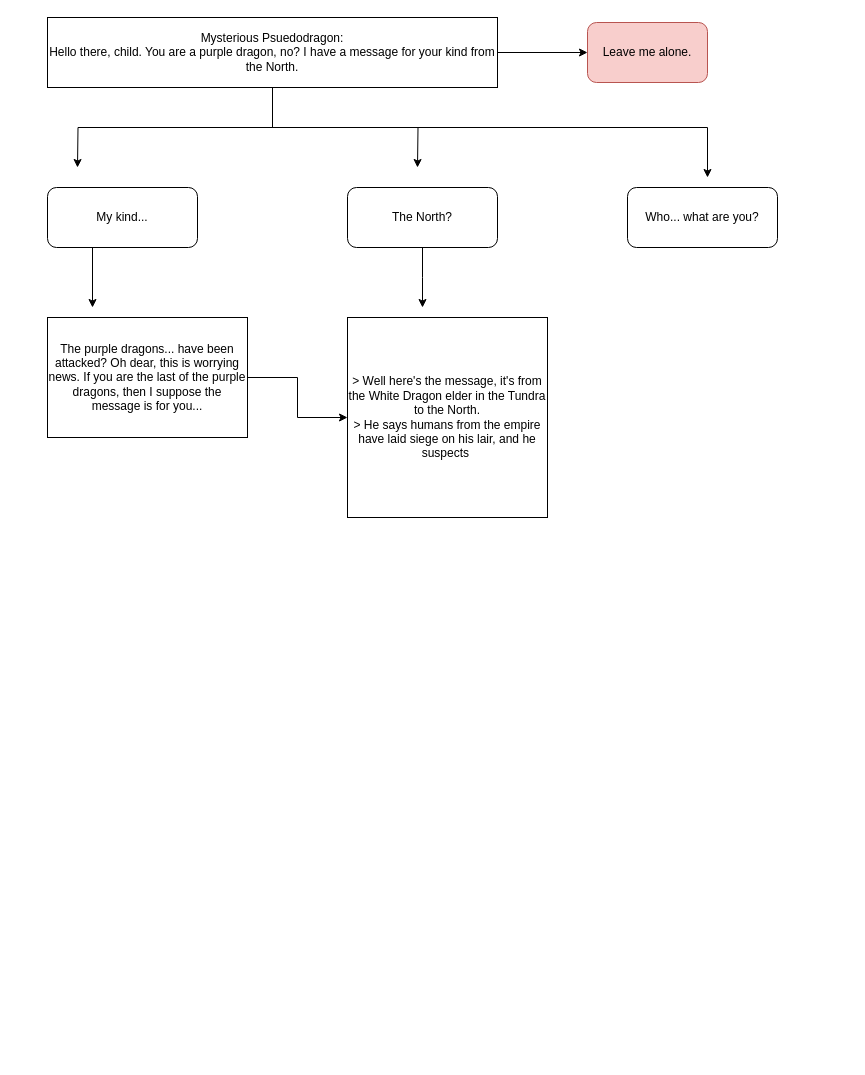
Before: story/dialog_trees/xandrelix0.drawio in Luca-Skyline/fantasy-game-2024, a draw.io diagram. Source tidied: cells renumbered, new cells numbered last; positions are measured from the earlier drawing's top-left corner, leaving out a move shared by most shapes. Both pictures are drawn from the tidied source at 100%, with x=0, y=0 at pixel (47, 17).
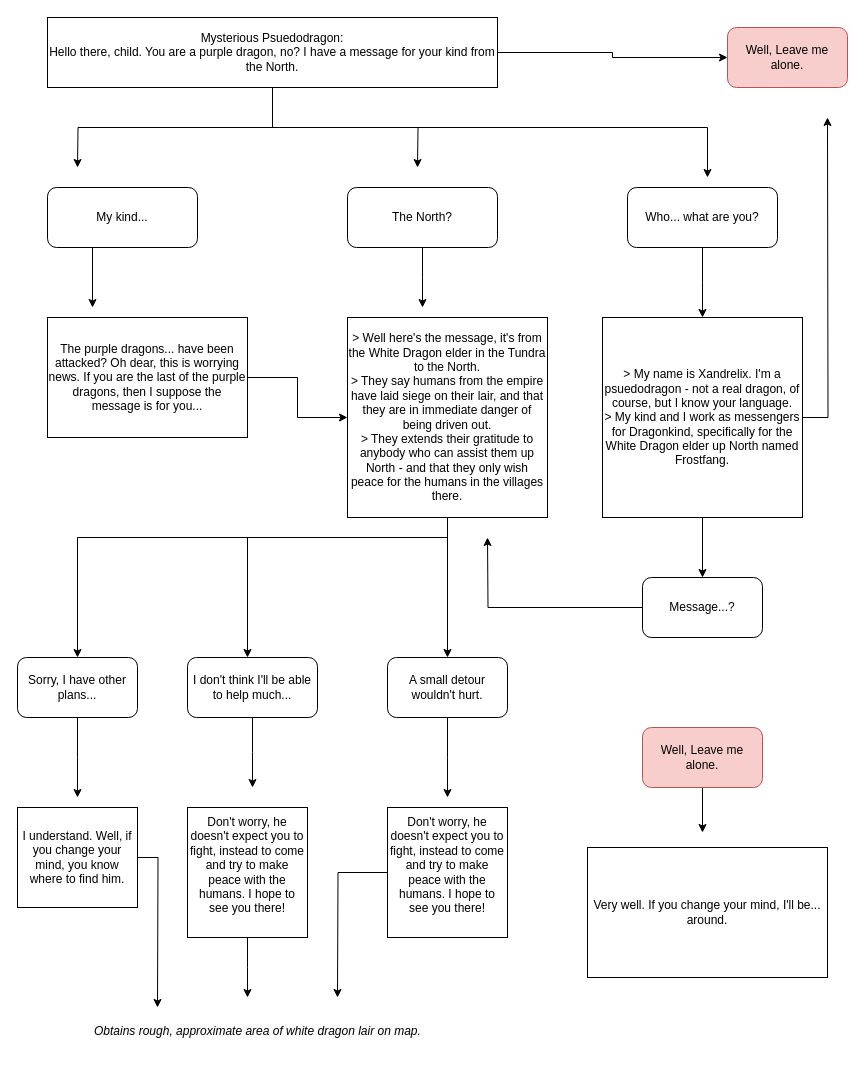
After the change.

The change refers to these unchanged cells:
```xml
<mxCell id="11" value="Who... what are you?" style="rounded=1;whiteSpace=wrap;html=1;" parent="1" vertex="1">
  <mxGeometry x="580" y="170" width="150" height="60" as="geometry" />
</mxCell>
```

The edit, as a diff of the source:
```diff
@@
+    <mxCell id="16" style="edgeStyle=orthogonalEdgeStyle;rounded=0;jettySize=auto;html=1;" parent="1" edge="1" source="11">
+      <mxGeometry relative="1" as="geometry">
+        <mxPoint x="655" y="300" as="targetPoint" />
+      </mxGeometry>
+    </mxCell>
@@
-    <mxCell id="12" value="Leave me alone." style="rounded=1;whiteSpace=wrap;html=1;fillColor=#f8cecc;strokeColor=#b85450;" parent="1" vertex="1">
-      <mxGeometry x="540" y="5" width="120" height="60" as="geometry" />
+    <mxCell id="12" value="Well, Leave me alone." style="rounded=1;whiteSpace=wrap;html=1;fillColor=#f8cecc;strokeColor=#b85450;" parent="1" vertex="1">
+      <mxGeometry x="680" y="10" width="120" height="60" as="geometry" />
     </mxCell>
@@
+    <mxCell id="17" style="edgeStyle=orthogonalEdgeStyle;rounded=0;jettySize=auto;html=1;" parent="1" edge="1" source="15" target="24">
+      <mxGeometry relative="1" as="geometry">
+        <Array as="points">
+          <mxPoint x="400" y="520" />
+          <mxPoint x="30" y="520" />
+        </Array>
+      </mxGeometry>
+    </mxCell>
+    <mxCell id="18" style="edgeStyle=orthogonalEdgeStyle;rounded=0;jettySize=auto;html=1;" parent="1" edge="1" source="15" target="28">
+      <mxGeometry relative="1" as="geometry">
+        <Array as="points">
+          <mxPoint x="400" y="520" />
+          <mxPoint x="200" y="520" />
+        </Array>
+      </mxGeometry>
+    </mxCell>
+    <mxCell id="19" style="edgeStyle=orthogonalEdgeStyle;rounded=0;jettySize=auto;html=1;" parent="1" edge="1" source="15" target="30">
+      <mxGeometry relative="1" as="geometry" />
+    </mxCell>
-    <mxCell id="15" value="&amp;gt; Well here's the message, it's from the White Dragon elder in the Tundra to the North. &lt;br&gt;&amp;gt; He says humans from the empire have laid siege on his lair, and he suspects&amp;nbsp;" style="whiteSpace=wrap;html=1;" parent="1" vertex="1">
+    <mxCell id="15" value="&amp;gt; Well here's the message, it's from the White Dragon elder in the Tundra to the North. &lt;br&gt;&amp;gt; They say humans from the empire have laid siege on their lair, and that they are in immediate danger of being driven out. &lt;br&gt;&amp;gt; They extends their gratitude to anybody who can assist them up North - and that they only wish peace for the humans in the villages there." style="whiteSpace=wrap;html=1;" parent="1" vertex="1">
       <mxGeometry x="300" y="300" width="200" height="200" as="geometry" />
     </mxCell>
+    <mxCell id="20" style="edgeStyle=orthogonalEdgeStyle;rounded=0;jettySize=auto;html=1;" parent="1" edge="1" source="22">
+      <mxGeometry relative="1" as="geometry">
+        <mxPoint x="780" y="100" as="targetPoint" />
+      </mxGeometry>
+    </mxCell>
+    <mxCell id="21" style="edgeStyle=orthogonalEdgeStyle;rounded=0;jettySize=auto;html=1;" parent="1" edge="1" source="22" target="26">
+      <mxGeometry relative="1" as="geometry" />
+    </mxCell>
+    <mxCell id="22" value="&amp;gt; My name is Xandrelix. I'm a psuedodragon - not a real dragon, of course, but I know your language.&lt;br&gt;&amp;gt; My kind and I work as messengers for Dragonkind, specifically for the White Dragon elder up North named Frostfang." style="whiteSpace=wrap;html=1;" parent="1" vertex="1">
+      <mxGeometry x="555" y="300" width="200" height="200" as="geometry" />
+    </mxCell>
+    <mxCell id="23" style="edgeStyle=orthogonalEdgeStyle;rounded=0;jettySize=auto;html=1;" parent="1" edge="1" source="24">
+      <mxGeometry relative="1" as="geometry">
+        <mxPoint x="30" y="780" as="targetPoint" />
+      </mxGeometry>
+    </mxCell>
+    <mxCell id="24" value="Sorry, I have other plans..." style="rounded=1;whiteSpace=wrap;html=1;" parent="1" vertex="1">
+      <mxGeometry x="-30" y="640" width="120" height="60" as="geometry" />
+    </mxCell>
+    <mxCell id="25" style="edgeStyle=orthogonalEdgeStyle;rounded=0;jettySize=auto;html=1;" parent="1" edge="1" source="26">
+      <mxGeometry relative="1" as="geometry">
+        <mxPoint x="440" y="520" as="targetPoint" />
+      </mxGeometry>
+    </mxCell>
+    <mxCell id="26" value="Message...?" style="rounded=1;whiteSpace=wrap;html=1;" parent="1" vertex="1">
+      <mxGeometry x="595" y="560" width="120" height="60" as="geometry" />
+    </mxCell>
+    <mxCell id="27" style="edgeStyle=orthogonalEdgeStyle;rounded=0;jettySize=auto;html=1;" parent="1" edge="1" source="28">
+      <mxGeometry relative="1" as="geometry">
+        <mxPoint x="205" y="770" as="targetPoint" />
+      </mxGeometry>
+    </mxCell>
+    <mxCell id="28" value="I don't think I'll be able to help much..." style="rounded=1;whiteSpace=wrap;html=1;" parent="1" vertex="1">
+      <mxGeometry x="140" y="640" width="130" height="60" as="geometry" />
+    </mxCell>
+    <mxCell id="29" style="edgeStyle=orthogonalEdgeStyle;rounded=0;jettySize=auto;html=1;" parent="1" edge="1" source="30">
+      <mxGeometry relative="1" as="geometry">
+        <mxPoint x="400" y="780" as="targetPoint" />
+      </mxGeometry>
+    </mxCell>
+    <mxCell id="30" value="A small detour wouldn't hurt." style="rounded=1;whiteSpace=wrap;html=1;" parent="1" vertex="1">
+      <mxGeometry x="340" y="640" width="120" height="60" as="geometry" />
+    </mxCell>
+    <mxCell id="31" style="edgeStyle=orthogonalEdgeStyle;rounded=0;jettySize=auto;html=1;" parent="1" edge="1" source="32">
+      <mxGeometry relative="1" as="geometry">
+        <mxPoint x="110" y="990" as="targetPoint" />
+      </mxGeometry>
+    </mxCell>
+    <mxCell id="32" value="I understand. Well, if you change your mind, you know where to find him.&lt;i&gt;&lt;br&gt;&lt;/i&gt;" style="rounded=0;whiteSpace=wrap;html=1;" parent="1" vertex="1">
+      <mxGeometry x="-30" y="790" width="120" height="100" as="geometry" />
+    </mxCell>
+    <mxCell id="33" style="edgeStyle=orthogonalEdgeStyle;rounded=0;jettySize=auto;html=1;" parent="1" edge="1" source="34">
+      <mxGeometry relative="1" as="geometry">
+        <mxPoint x="200" y="980" as="targetPoint" />
+      </mxGeometry>
+    </mxCell>
+    <mxCell id="34" value="Don't worry, he doesn't expect you to fight, instead to come and try to make peace with the humans. I hope to see you there!&lt;br&gt;&lt;br&gt;" style="rounded=0;whiteSpace=wrap;html=1;" parent="1" vertex="1">
+      <mxGeometry x="140" y="790" width="120" height="130" as="geometry" />
+    </mxCell>
+    <mxCell id="35" value="&lt;i style=&quot;--tw-translate-x: 0; --tw-translate-y: 0; --tw-rotate: 0; --tw-skew-x: 0; --tw-skew-y: 0; --tw-scale-x: 1; --tw-scale-y: 1; --tw-pan-x: ; --tw-pan-y: ; --tw-pinch-zoom: ; --tw-scroll-snap-strictness: proximity; --tw-ordinal: ; --tw-slashed-zero: ; --tw-numeric-figure: ; --tw-numeric-spacing: ; --tw-numeric-fraction: ; --tw-ring-inset: ; --tw-ring-offset-width: 0px; --tw-ring-offset-color: #fff; --tw-ring-color: rgb(59 130 246 / .5); --tw-ring-offset-shadow: 0 0 #0000; --tw-ring-shadow: 0 0 #0000; --tw-shadow: 0 0 #0000; --tw-shadow-colored: 0 0 #0000; --tw-blur: ; --tw-brightness: ; --tw-contrast: ; --tw-grayscale: ; --tw-hue-rotate: ; --tw-invert: ; --tw-saturate: ; --tw-sepia: ; --tw-drop-shadow: ; --tw-backdrop-blur: ; --tw-backdrop-brightness: ; --tw-backdrop-contrast: ; --tw-backdrop-grayscale: ; --tw-backdrop-hue-rotate: ; --tw-backdrop-invert: ; --tw-backdrop-opacity: ; --tw-backdrop-saturate: ; --tw-backdrop-sepia: ; border-color: var(--border-color); color: rgb(0, 0, 0); font-family: Helvetica; font-size: 12px; font-variant-ligatures: normal; font-variant-caps: normal; font-weight: 400; letter-spacing: normal; orphans: 2; text-align: center; text-indent: 0px; text-transform: none; widows: 2; word-spacing: 0px; -webkit-text-stroke-width: 0px; background-color: rgb(251, 251, 251); text-decoration-thickness: initial; text-decoration-style: initial; text-decoration-color: initial;&quot;&gt;Obtains rough, approximate area of white dragon lair on map.&lt;/i&gt;" style="text;whiteSpace=wrap;html=1;" parent="1" vertex="1">
+      <mxGeometry x="45" y="1000" width="360" height="40" as="geometry" />
+    </mxCell>
+    <mxCell id="36" style="edgeStyle=orthogonalEdgeStyle;rounded=0;jettySize=auto;html=1;" parent="1" edge="1" source="37">
+      <mxGeometry relative="1" as="geometry">
+        <mxPoint x="290" y="980" as="targetPoint" />
+      </mxGeometry>
+    </mxCell>
+    <mxCell id="37" value="Don't worry, he doesn't expect you to fight, instead to come and try to make peace with the humans. I hope to see you there!&lt;br&gt;&lt;br&gt;" style="rounded=0;whiteSpace=wrap;html=1;" parent="1" vertex="1">
+      <mxGeometry x="340" y="790" width="120" height="130" as="geometry" />
+    </mxCell>
+    <mxCell id="38" style="edgeStyle=orthogonalEdgeStyle;rounded=0;jettySize=auto;html=1;" parent="1" edge="1" source="39">
+      <mxGeometry relative="1" as="geometry">
+        <mxPoint x="655" y="815" as="targetPoint" />
+      </mxGeometry>
+    </mxCell>
+    <mxCell id="39" value="Well, Leave me alone." style="rounded=1;whiteSpace=wrap;html=1;fillColor=#f8cecc;strokeColor=#b85450;" parent="1" vertex="1">
+      <mxGeometry x="595" y="710" width="120" height="60" as="geometry" />
+    </mxCell>
+    <mxCell id="40" value="Very well. If you change your mind, I'll be... around." style="rounded=0;whiteSpace=wrap;html=1;" parent="1" vertex="1">
+      <mxGeometry x="540" y="830" width="240" height="130" as="geometry" />
+    </mxCell>
+    <mxCell id="41" style="edgeStyle=orthogonalEdgeStyle;rounded=0;orthogonalLoop=1;jettySize=auto;html=1;exitX=0.5;exitY=1;exitDx=0;exitDy=0;" parent="1" edge="1" source="40" target="40">
+      <mxGeometry relative="1" as="geometry" />
+    </mxCell>
```
